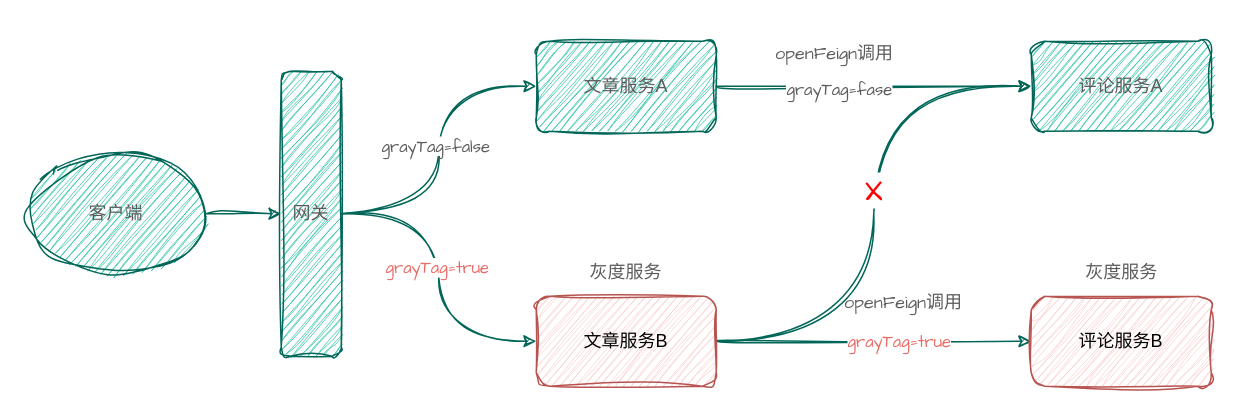
Before: 金丝雀发布流程图.drawio in YucyHu/filhms, a draw.io diagram. Source tidied: cells renumbered, new cells numbered last; positions are measured from the earlier drawing's top-left corner, leaving out a move shared by most shapes. Both pictures are drawn from the tidied source at 150%, with x=0, y=0 at pixel (26, 32).
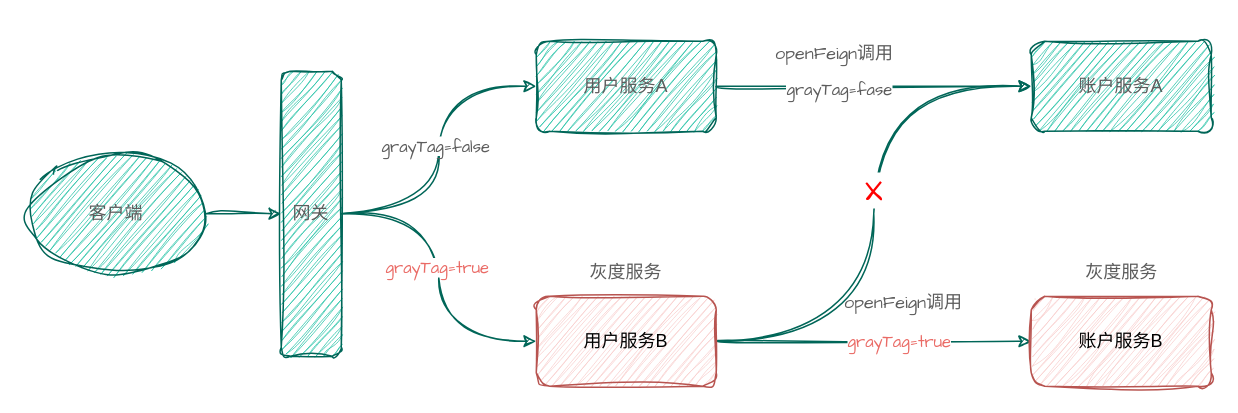
The same page after the edit.

Commit message:
更新金丝雀发布流程图.drawio

Diff of the diagram source:
```diff
@@
-    <mxCell id="5" value="文章服务A" style="rounded=1;whiteSpace=wrap;html=1;sketch=1;curveFitting=1;jiggle=2;labelBackgroundColor=none;fillColor=#21C0A5;strokeColor=#006658;fontColor=#5C5C5C;" parent="1" vertex="1">
+    <mxCell id="5" value="用户服务A" style="rounded=1;whiteSpace=wrap;html=1;sketch=1;curveFitting=1;jiggle=2;labelBackgroundColor=none;fillColor=#21C0A5;strokeColor=#006658;fontColor=#5C5C5C;" parent="1" vertex="1">
       <mxGeometry x="340" y="6" width="120" height="60" as="geometry" />
     </mxCell>
@@
-    <mxCell id="10" value="文章服务B" style="rounded=1;whiteSpace=wrap;html=1;sketch=1;curveFitting=1;jiggle=2;labelBackgroundColor=none;fillColor=#f8cecc;strokeColor=#b85450;" parent="1" vertex="1">
+    <mxCell id="10" value="用户服务B" style="rounded=1;whiteSpace=wrap;html=1;sketch=1;curveFitting=1;jiggle=2;labelBackgroundColor=none;fillColor=#f8cecc;strokeColor=#b85450;" parent="1" vertex="1">
       <mxGeometry x="340" y="176" width="120" height="60" as="geometry" />
     </mxCell>
-    <mxCell id="11" value="评论服务A" style="rounded=1;whiteSpace=wrap;html=1;sketch=1;curveFitting=1;jiggle=2;labelBackgroundColor=none;fillColor=#21C0A5;strokeColor=#006658;fontColor=#5C5C5C;" parent="1" vertex="1">
+    <mxCell id="11" value="账户服务A" style="rounded=1;whiteSpace=wrap;html=1;sketch=1;curveFitting=1;jiggle=2;labelBackgroundColor=none;fillColor=#21C0A5;strokeColor=#006658;fontColor=#5C5C5C;" parent="1" vertex="1">
       <mxGeometry x="670" y="6" width="120" height="60" as="geometry" />
     </mxCell>
-    <mxCell id="12" value="评论服务B" style="rounded=1;whiteSpace=wrap;html=1;sketch=1;curveFitting=1;jiggle=2;labelBackgroundColor=none;fillColor=#f8cecc;strokeColor=#b85450;" parent="1" vertex="1">
+    <mxCell id="12" value="账户服务B" style="rounded=1;whiteSpace=wrap;html=1;sketch=1;curveFitting=1;jiggle=2;labelBackgroundColor=none;fillColor=#f8cecc;strokeColor=#b85450;" parent="1" vertex="1">
       <mxGeometry x="670" y="176" width="120" height="60" as="geometry" />
     </mxCell>
```
